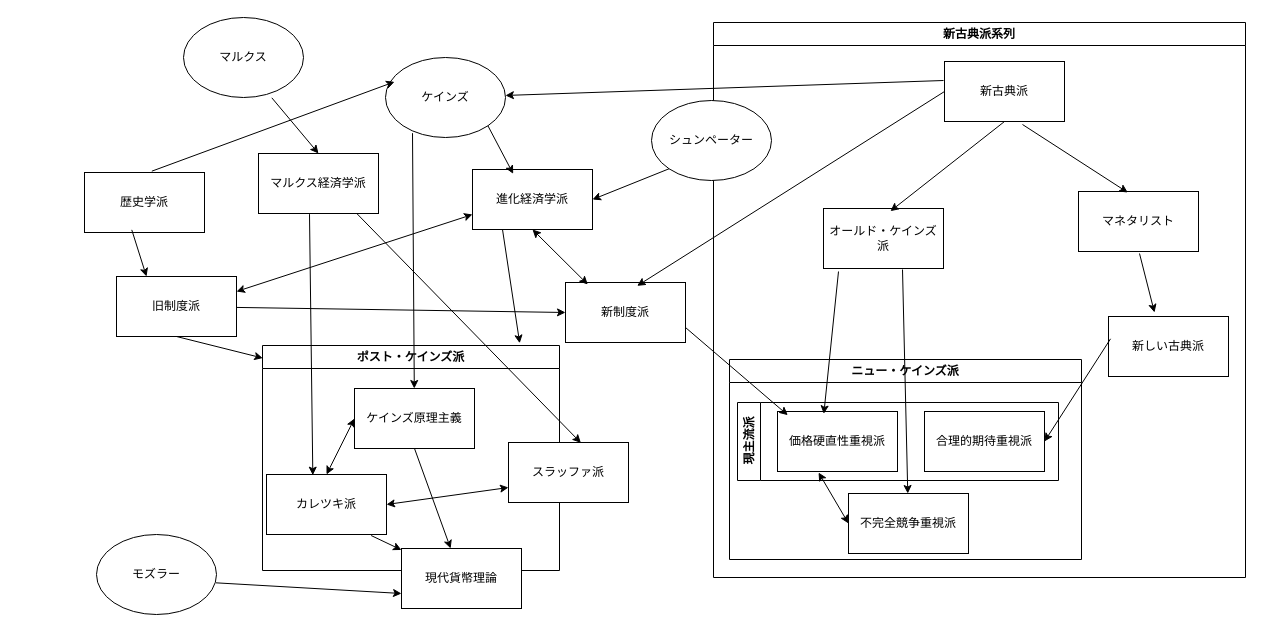
rokaboNatttsu/diagrams keeps this draw.io diagram as 名称未設定ファイル.drawio. Above is the earlier version. Source tidied: cells renumbered, new cells numbered last; positions are measured from the earlier drawing's top-left corner, leaving out a move shared by most shapes. Both pictures are drawn from the tidied source at 100%, with x=0, y=0 at pixel (84, 17).
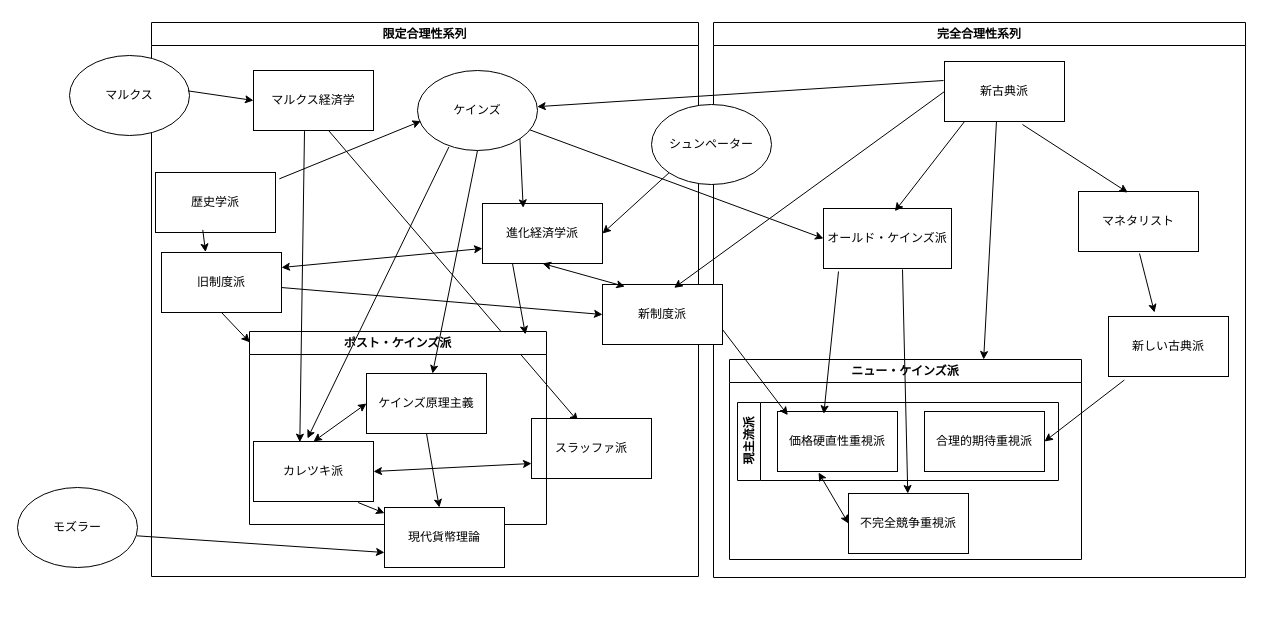
The same diagram, later.

Commit message (it also covers changes not shown here):
名称未設定ファイル.drawio を更新します

The change refers to these unchanged cells:
```xml
<mxCell id="2" value="新古典派" style="rounded=0;whiteSpace=wrap;html=1;" parent="1" vertex="1">
  <mxGeometry x="860" y="44" width="120" height="60" as="geometry" />
</mxCell>
<mxCell id="10" value="ニュー・ケインズ派" style="swimlane;whiteSpace=wrap;html=1;" parent="9" vertex="1">
  <mxGeometry x="16" y="337" width="352" height="200" as="geometry" />
</mxCell>
<mxCell id="13" value="合理的期待重視派" style="rounded=0;whiteSpace=wrap;html=1;" parent="12" vertex="1">
  <mxGeometry x="187" y="9" width="120" height="60" as="geometry" />
</mxCell>
<mxCell id="14" value="価格硬直性重視派" style="rounded=0;whiteSpace=wrap;html=1;" parent="12" vertex="1">
  <mxGeometry x="40" y="9" width="120" height="60" as="geometry" />
</mxCell>
<mxCell id="16" value="新しい古典派" style="rounded=0;whiteSpace=wrap;html=1;" parent="9" vertex="1">
  <mxGeometry x="395" y="294" width="120" height="60" as="geometry" />
</mxCell>
```

Diff of the diagram source:
```diff
@@
+    <mxCell id="54" value="限定合理性系列" style="swimlane;whiteSpace=wrap;html=1;" parent="1" vertex="1">
+      <mxGeometry x="67" y="5" width="547" height="554" as="geometry" />
+    </mxCell>
+    <mxCell id="6" value="マルクス経済学" style="rounded=0;whiteSpace=wrap;html=1;" parent="54" vertex="1">
+      <mxGeometry x="102" y="48" width="120" height="60" as="geometry" />
+    </mxCell>
+    <mxCell id="43" style="endArrow=classic;html=1;rounded=0;entryX=0.388;entryY=0.047;entryDx=0;entryDy=0;exitX=0.628;exitY=1.006;exitDx=0;exitDy=0;exitPerimeter=0;entryPerimeter=0;" parent="54" edge="1" source="6" target="47">
+      <mxGeometry relative="1" as="geometry" />
+    </mxCell>
+    <mxCell id="4" value="旧制度派" style="rounded=0;whiteSpace=wrap;html=1;" parent="54" vertex="1">
+      <mxGeometry x="10" y="230" width="120" height="60" as="geometry" />
+    </mxCell>
+    <mxCell id="47" value="スラッファ派" style="rounded=0;whiteSpace=wrap;html=1;" parent="54" vertex="1">
+      <mxGeometry x="380" y="396" width="120" height="60" as="geometry" />
+    </mxCell>
@@
-    <mxCell id="3" value="新制度派" style="rounded=0;whiteSpace=wrap;html=1;" parent="1" vertex="1">
-      <mxGeometry x="481" y="265" width="120" height="60" as="geometry" />
-    </mxCell>
-    <mxCell id="4" value="旧制度派" style="rounded=0;whiteSpace=wrap;html=1;" parent="1" vertex="1">
-      <mxGeometry x="32" y="259" width="120" height="60" as="geometry" />
-    </mxCell>
     <mxCell id="5" value="ケインズ" style="ellipse;whiteSpace=wrap;html=1;" parent="1" vertex="1">
-      <mxGeometry x="301" y="40" width="120" height="80" as="geometry" />
+      <mxGeometry x="333" y="53" width="120" height="80" as="geometry" />
     </mxCell>
-    <mxCell id="6" value="マルクス経済学派" style="rounded=0;whiteSpace=wrap;html=1;" parent="1" vertex="1">
-      <mxGeometry x="174" y="136" width="120" height="60" as="geometry" />
-    </mxCell>
     <mxCell id="7" value="進化経済学派" style="rounded=0;whiteSpace=wrap;html=1;" parent="1" vertex="1">
-      <mxGeometry x="388" y="152" width="120" height="60" as="geometry" />
+      <mxGeometry x="398" y="186" width="120" height="60" as="geometry" />
     </mxCell>
     <mxCell id="8" value="歴史学派" style="rounded=0;whiteSpace=wrap;html=1;" parent="1" vertex="1">
-      <mxGeometry y="155" width="120" height="60" as="geometry" />
+      <mxGeometry x="71" y="155" width="120" height="60" as="geometry" />
     </mxCell>
-    <mxCell id="9" value="新古典派系列" style="swimlane;whiteSpace=wrap;html=1;" parent="1" vertex="1">
+    <mxCell id="9" value="完全合理性系列" style="swimlane;whiteSpace=wrap;html=1;" parent="1" vertex="1">
       <mxGeometry x="629" y="5" width="532" height="555" as="geometry" />
     </mxCell>
@@
     <mxCell id="18" value="オールド・ケインズ派" style="rounded=0;whiteSpace=wrap;html=1;" parent="9" vertex="1">
-      <mxGeometry x="110" y="186" width="120" height="60" as="geometry" />
+      <mxGeometry x="110" y="186" width="128" height="60" as="geometry" />
     </mxCell>
-    <mxCell id="19" style="endArrow=classic;html=1;rounded=0;exitX=0.017;exitY=0.372;exitDx=0;exitDy=0;exitPerimeter=0;entryX=1;entryY=0.5;entryDx=0;entryDy=0;" parent="9" edge="1" source="16" target="13">
+    <mxCell id="19" style="endArrow=classic;html=1;rounded=0;exitX=0.132;exitY=1.059;exitDx=0;exitDy=0;exitPerimeter=0;entryX=1;entryY=0.5;entryDx=0;entryDy=0;" parent="9" edge="1" source="16" target="13">
       <mxGeometry relative="1" as="geometry" />
     </mxCell>
+    <mxCell id="35" value="シュンペーター" style="ellipse;whiteSpace=wrap;html=1;" parent="9" vertex="1">
+      <mxGeometry x="-62" y="82" width="120" height="80" as="geometry" />
+    </mxCell>
+    <mxCell id="3" value="新制度派" style="rounded=0;whiteSpace=wrap;html=1;" parent="9" vertex="1">
+      <mxGeometry x="-111" y="262" width="120" height="60" as="geometry" />
+    </mxCell>
+    <mxCell id="31" style="endArrow=classic;html=1;rounded=0;exitX=1;exitY=0.75;exitDx=0;exitDy=0;entryX=0.086;entryY=0.061;entryDx=0;entryDy=0;entryPerimeter=0;" parent="9" edge="1" source="3" target="14">
+      <mxGeometry relative="1" as="geometry" />
+    </mxCell>
@@
-    <mxCell id="23" style="endArrow=classic;html=1;rounded=0;exitX=0.5;exitY=1;exitDx=0;exitDy=0;entryX=0.558;entryY=0.044;entryDx=0;entryDy=0;entryPerimeter=0;" parent="1" edge="1" source="2" target="18">
+    <mxCell id="23" style="endArrow=classic;html=1;rounded=0;exitX=0.167;exitY=1;exitDx=0;exitDy=0;entryX=0.558;entryY=0.044;entryDx=0;entryDy=0;entryPerimeter=0;exitPerimeter=0;" parent="1" edge="1" source="2" target="18">
       <mxGeometry relative="1" as="geometry" />
     </mxCell>
@@
     <mxCell id="25" value="ポスト・ケインズ派" style="swimlane;whiteSpace=wrap;html=1;" parent="1" vertex="1">
-      <mxGeometry x="178" y="328" width="297" height="225" as="geometry" />
+      <mxGeometry x="165" y="314" width="297" height="193" as="geometry" />
     </mxCell>
     <mxCell id="26" value="ケインズ原理主義" style="rounded=0;whiteSpace=wrap;html=1;" parent="25" vertex="1">
-      <mxGeometry x="92" y="43" width="120" height="60" as="geometry" />
+      <mxGeometry x="117" y="42" width="120" height="60" as="geometry" />
     </mxCell>
     <mxCell id="27" value="カレツキ派" style="rounded=0;whiteSpace=wrap;html=1;" parent="25" vertex="1">
-      <mxGeometry x="4" y="129" width="120" height="60" as="geometry" />
+      <mxGeometry x="4" y="110" width="120" height="60" as="geometry" />
     </mxCell>
@@
-    <mxCell id="29" style="endArrow=classic;html=1;rounded=0;exitX=0.225;exitY=0.946;exitDx=0;exitDy=0;exitPerimeter=0;" parent="1" edge="1" source="5" target="26">
+    <mxCell id="29" style="endArrow=classic;html=1;rounded=0;exitX=0.5;exitY=1;exitDx=0;exitDy=0;" parent="1" edge="1" source="5" target="26">
       <mxGeometry relative="1" as="geometry" />
     </mxCell>
@@
-    <mxCell id="31" style="endArrow=classic;html=1;rounded=0;exitX=1;exitY=0.75;exitDx=0;exitDy=0;entryX=0.086;entryY=0.061;entryDx=0;entryDy=0;entryPerimeter=0;" parent="1" edge="1" source="3" target="14">
-      <mxGeometry relative="1" as="geometry" />
-    </mxCell>
@@
     <mxCell id="33" value="マルクス" style="ellipse;whiteSpace=wrap;html=1;" parent="1" vertex="1">
-      <mxGeometry x="99" width="120" height="80" as="geometry" />
+      <mxGeometry x="-15" y="38" width="120" height="80" as="geometry" />
     </mxCell>
-    <mxCell id="34" style="endArrow=classic;html=1;rounded=0;exitX=0.736;exitY=1.004;exitDx=0;exitDy=0;entryX=0.5;entryY=0;entryDx=0;entryDy=0;exitPerimeter=0;" parent="1" edge="1" source="33" target="6">
+    <mxCell id="34" style="endArrow=classic;html=1;rounded=0;exitX=0.987;exitY=0.442;exitDx=0;exitDy=0;entryX=0;entryY=0.5;entryDx=0;entryDy=0;exitPerimeter=0;" parent="1" edge="1" source="33" target="6">
       <mxGeometry relative="1" as="geometry" />
     </mxCell>
-    <mxCell id="35" value="シュンペーター" style="ellipse;whiteSpace=wrap;html=1;" parent="1" vertex="1">
-      <mxGeometry x="567" y="83" width="120" height="80" as="geometry" />
-    </mxCell>
@@
-    <mxCell id="38" style="endArrow=classic;html=1;rounded=0;exitX=0.394;exitY=0.956;exitDx=0;exitDy=0;exitPerimeter=0;entryX=0.25;entryY=0;entryDx=0;entryDy=0;" parent="1" edge="1" source="8" target="4">
+    <mxCell id="38" style="endArrow=classic;html=1;rounded=0;exitX=0.394;exitY=0.956;exitDx=0;exitDy=0;exitPerimeter=0;entryX=0.367;entryY=-0.008;entryDx=0;entryDy=0;entryPerimeter=0;" parent="1" edge="1" source="8" target="4">
       <mxGeometry relative="1" as="geometry" />
     </mxCell>
@@
     <mxCell id="41" value="現代貨幣理論" style="rounded=0;whiteSpace=wrap;html=1;" parent="1" vertex="1">
-      <mxGeometry x="317" y="531" width="120" height="60" as="geometry" />
+      <mxGeometry x="300" y="490" width="120" height="60" as="geometry" />
     </mxCell>
@@
-    <mxCell id="43" style="endArrow=classic;html=1;rounded=0;exitX=0.822;exitY=1.006;exitDx=0;exitDy=0;entryX=0.603;entryY=0.006;entryDx=0;entryDy=0;entryPerimeter=0;exitPerimeter=0;" parent="1" edge="1" source="6" target="47">
-      <mxGeometry relative="1" as="geometry" />
-    </mxCell>
@@
     <mxCell id="46" value="モズラー" style="ellipse;whiteSpace=wrap;html=1;" parent="1" vertex="1">
-      <mxGeometry x="12" y="517" width="120" height="80" as="geometry" />
+      <mxGeometry x="-67" y="470" width="120" height="80" as="geometry" />
     </mxCell>
-    <mxCell id="47" value="スラッファ派" style="rounded=0;whiteSpace=wrap;html=1;" parent="1" vertex="1">
-      <mxGeometry x="424" y="425" width="120" height="60" as="geometry" />
-    </mxCell>
@@
-    <mxCell id="51" style="endArrow=classic;html=1;rounded=0;exitX=0.561;exitY=-0.022;exitDx=0;exitDy=0;exitPerimeter=0;entryX=0.075;entryY=0.304;entryDx=0;entryDy=0;entryPerimeter=0;" parent="1" edge="1" source="8" target="5">
+    <mxCell id="51" style="endArrow=classic;html=1;rounded=0;exitX=1.032;exitY=0.106;exitDx=0;exitDy=0;exitPerimeter=0;entryX=0.028;entryY=0.633;entryDx=0;entryDy=0;entryPerimeter=0;" parent="1" edge="1" source="8" target="5">
       <mxGeometry relative="1" as="geometry" />
     </mxCell>
@@
-    <mxCell id="53" style="endArrow=classic;html=1;rounded=0;exitX=0.25;exitY=1;exitDx=0;exitDy=0;entryX=0.866;entryY=-0.01;entryDx=0;entryDy=0;entryPerimeter=0;" parent="1" edge="1" source="7" target="25">
+    <mxCell id="53" style="endArrow=classic;html=1;rounded=0;exitX=0.25;exitY=1;exitDx=0;exitDy=0;entryX=0.929;entryY=0.015;entryDx=0;entryDy=0;entryPerimeter=0;" parent="1" edge="1" source="7" target="25">
       <mxGeometry relative="1" as="geometry" />
     </mxCell>
+    <mxCell id="55" style="endArrow=classic;html=1;rounded=0;entryX=0;entryY=0.5;entryDx=0;entryDy=0;" parent="1" edge="1" source="5" target="18">
+      <mxGeometry relative="1" as="geometry" />
+    </mxCell>
+    <mxCell id="56" style="endArrow=classic;html=1;rounded=0;exitX=0.262;exitY=0.955;exitDx=0;exitDy=0;exitPerimeter=0;" parent="1" edge="1" source="5">
+      <mxGeometry relative="1" as="geometry">
+        <mxPoint x="223" y="421" as="targetPoint" />
+      </mxGeometry>
+    </mxCell>
+    <mxCell id="57" style="endArrow=classic;html=1;rounded=0;exitX=0.433;exitY=1;exitDx=0;exitDy=0;exitPerimeter=0;entryX=0.722;entryY=0;entryDx=0;entryDy=0;entryPerimeter=0;" parent="1" edge="1" source="2" target="10">
+      <mxGeometry relative="1" as="geometry" />
+    </mxCell>
```
